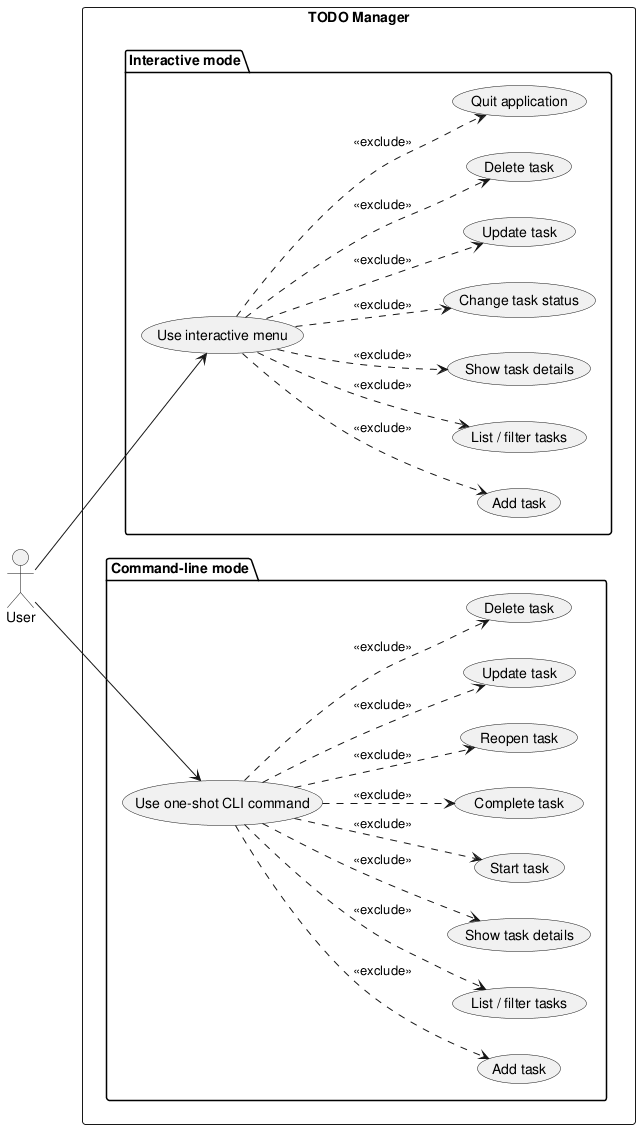
Before: experiments/pipeline/structured_text/TODO/artifacts/use_case_diagram.png, a diagram exported from PlantUML (DanielRiha8906/Software_autoevolution_using_agents).
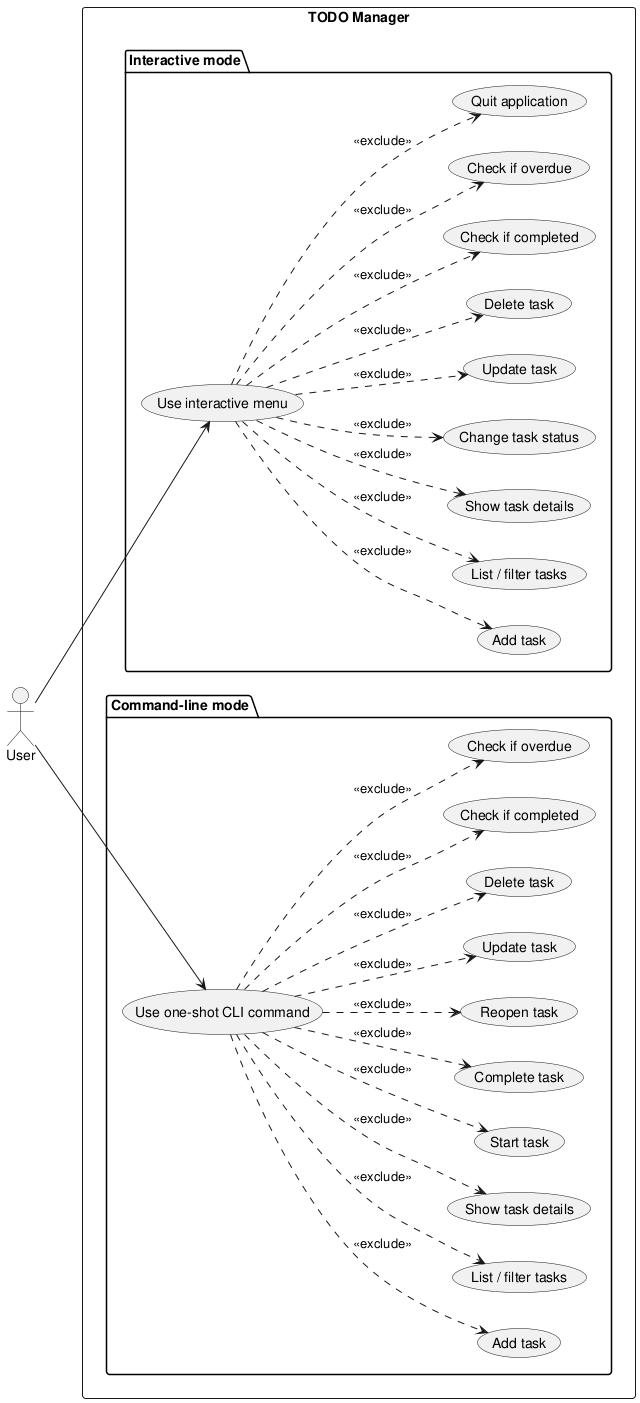
After the commit.

Change to the diagram source:
```diff
@@ -14,6 +14,8 @@
     usecase "Change task status" as I_STATUS
     usecase "Update task" as I_UPDATE
     usecase "Delete task" as I_DELETE
+    usecase "Check if completed" as I_COMPLETED
+    usecase "Check if overdue" as I_OVERDUE
     usecase "Quit application" as I_QUIT
   }
 
@@ -27,27 +29,33 @@
     usecase "Reopen task" as C_REOPEN
     usecase "Update task" as C_UPDATE
     usecase "Delete task" as C_DELETE
+    usecase "Check if completed" as C_COMPLETED
+    usecase "Check if overdue" as C_OVERDUE
   }
 }
 
 User --> UI
 User --> CLI
 
-UI ..> I_ADD    : <<exclude>>
-UI ..> I_LIST   : <<exclude>>
-UI ..> I_SHOW   : <<exclude>>
-UI ..> I_STATUS : <<exclude>>
-UI ..> I_UPDATE : <<exclude>>
-UI ..> I_DELETE : <<exclude>>
-UI ..> I_QUIT   : <<exclude>>
+UI ..> I_ADD       : <<exclude>>
+UI ..> I_LIST      : <<exclude>>
+UI ..> I_SHOW      : <<exclude>>
+UI ..> I_STATUS    : <<exclude>>
+UI ..> I_UPDATE    : <<exclude>>
+UI ..> I_DELETE    : <<exclude>>
+UI ..> I_COMPLETED : <<exclude>>
+UI ..> I_OVERDUE   : <<exclude>>
+UI ..> I_QUIT      : <<exclude>>
 
-CLI ..> C_ADD    : <<exclude>>
-CLI ..> C_LIST   : <<exclude>>
-CLI ..> C_SHOW   : <<exclude>>
-CLI ..> C_START  : <<exclude>>
-CLI ..> C_DONE   : <<exclude>>
-CLI ..> C_REOPEN : <<exclude>>
-CLI ..> C_UPDATE : <<exclude>>
-CLI ..> C_DELETE : <<exclude>>
+CLI ..> C_ADD       : <<exclude>>
+CLI ..> C_LIST      : <<exclude>>
+CLI ..> C_SHOW      : <<exclude>>
+CLI ..> C_START     : <<exclude>>
+CLI ..> C_DONE      : <<exclude>>
+CLI ..> C_REOPEN    : <<exclude>>
+CLI ..> C_UPDATE    : <<exclude>>
+CLI ..> C_DELETE    : <<exclude>>
+CLI ..> C_COMPLETED : <<exclude>>
+CLI ..> C_OVERDUE   : <<exclude>>
 
 @enduml
```
